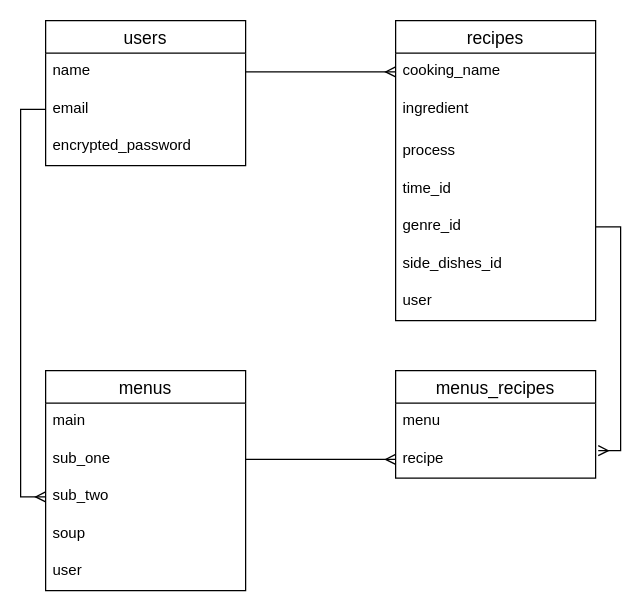
The draw.io diagram ER図.dio in ussy-0825/kondate, before the edit. Source tidied: cells renumbered, new cells numbered last; positions are measured from the earlier drawing's top-left corner, leaving out a move shared by most shapes. Both pictures are drawn from the tidied source at 125%, with x=0, y=0 at pixel (45, 20).
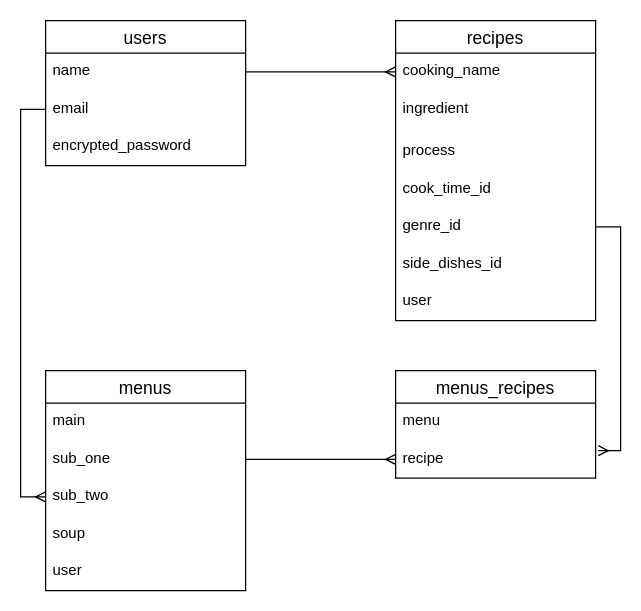
Above is the later version.

Commit message (it also covers changes not shown here):
ER図・READMEの修正

The change refers to these unchanged cells:
```xml
<mxCell id="6" value="recipes" style="swimlane;fontStyle=0;horizontal=1;startSize=26;align=center;fontSize=14;" parent="1" vertex="1">
  <mxGeometry x="280" width="160" height="240" as="geometry" />
</mxCell>
```

The edit, as a diff of the source:
```diff
@@
-    <mxCell id="10" value="time_id" style="text;strokeColor=none;fillColor=none;spacingLeft=4;spacingRight=4;overflow=hidden;fontSize=12;" parent="6" vertex="1">
+    <mxCell id="10" value="cook_time_id" style="text;strokeColor=none;fillColor=none;spacingLeft=4;spacingRight=4;overflow=hidden;fontSize=12;" parent="6" vertex="1">
       <mxGeometry y="120" width="160" height="30" as="geometry" />
     </mxCell>
```
